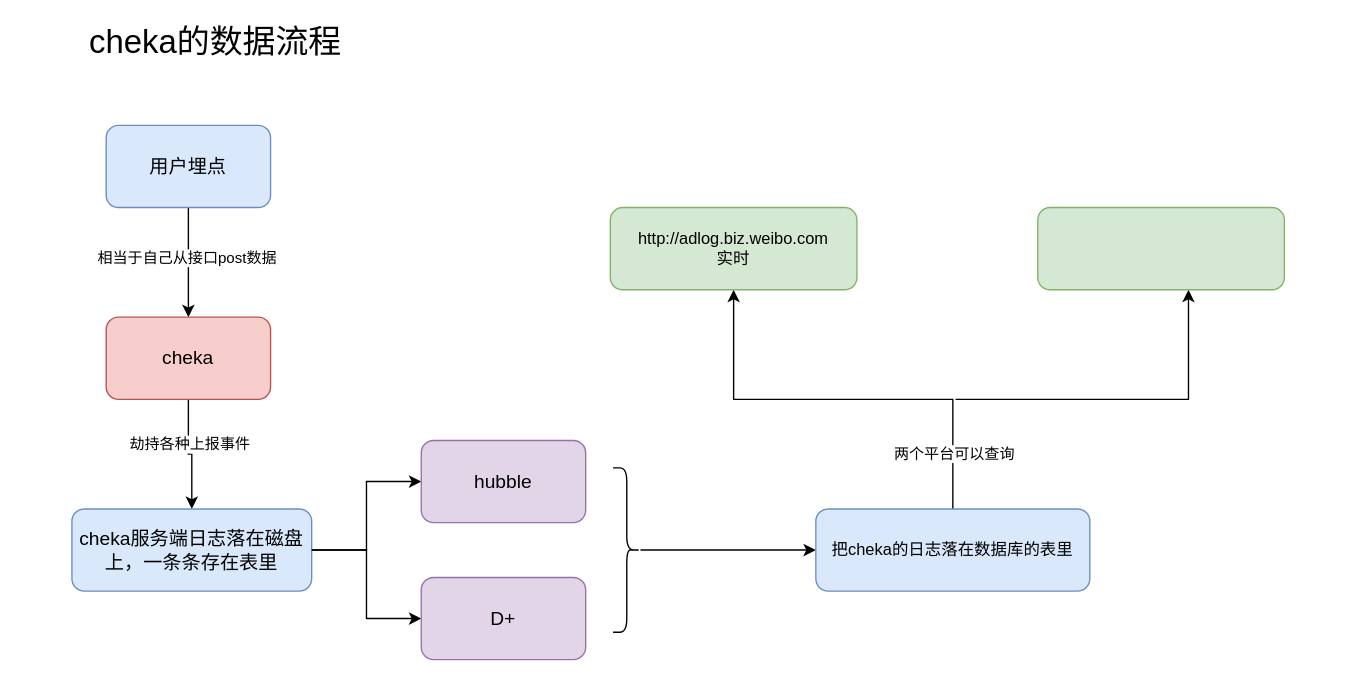
This is cheka.drawio from AnneLau/-algorithm_bubble, a draw.io file, before an edit. Source tidied: cells renumbered, new cells numbered last; positions are measured from the earlier drawing's top-left corner, leaving out a move shared by most shapes. Both pictures are drawn from the tidied source at 137%, with x=0, y=0 at pixel (23, 29).
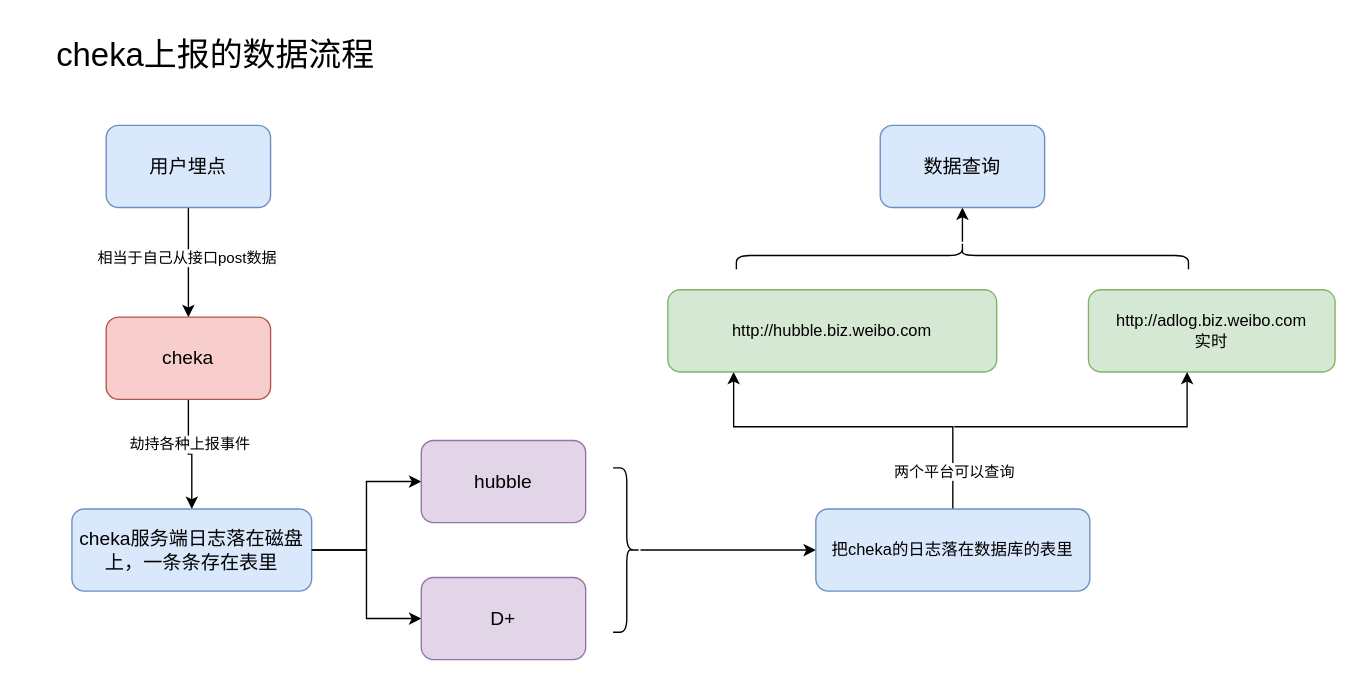
The same diagram, later.

Unchanged cells that the change refers to:
```xml
<mxCell id="18" value="把cheka的日志落在数据库的表里" style="whiteSpace=wrap;html=1;rounded=1;fillColor=#dae8fc;strokeColor=#6c8ebf;" parent="1" vertex="1">
  <mxGeometry x="578" y="350" width="200" height="60" as="geometry" />
</mxCell>
```

Change to the diagram source:
```diff
@@
-    <mxCell id="5" value="&lt;font style=&quot;font-size: 24px&quot;&gt;cheka的数据流程&lt;/font&gt;" style="text;html=1;strokeColor=none;fillColor=none;align=center;verticalAlign=middle;whiteSpace=wrap;rounded=0;" parent="1" vertex="1">
-      <mxGeometry width="280" height="20" as="geometry" />
+    <mxCell id="5" value="&lt;font style=&quot;font-size: 24px&quot;&gt;cheka上报的数据流程&lt;/font&gt;" style="text;html=1;strokeColor=none;fillColor=none;align=center;verticalAlign=middle;whiteSpace=wrap;rounded=0;" parent="1" vertex="1">
+      <mxGeometry y="9" width="280" height="20" as="geometry" />
     </mxCell>
@@
-    <mxCell id="16" style="edgeStyle=orthogonalEdgeStyle;rounded=0;jettySize=auto;html=1;" parent="1" edge="1" source="18" target="19">
-      <mxGeometry relative="1" as="geometry" />
+    <mxCell id="16" style="edgeStyle=orthogonalEdgeStyle;rounded=0;jettySize=auto;html=1;" parent="1" edge="1" source="18">
+      <mxGeometry relative="1" as="geometry">
+        <mxPoint x="518" y="250" as="targetPoint" />
+        <Array as="points">
+          <mxPoint x="678" y="290" />
+          <mxPoint x="518" y="290" />
+        </Array>
+      </mxGeometry>
     </mxCell>
@@
     <mxCell id="19" value="http://adlog.biz.weibo.com&lt;br&gt;实时" style="whiteSpace=wrap;html=1;rounded=1;strokeColor=#82b366;fillColor=#d5e8d4;" parent="1" vertex="1">
-      <mxGeometry x="428" y="130" width="180" height="60" as="geometry" />
+      <mxGeometry x="777" y="190" width="180" height="60" as="geometry" />
     </mxCell>
     <mxCell id="20" style="edgeStyle=orthogonalEdgeStyle;rounded=0;orthogonalLoop=1;jettySize=auto;html=1;" parent="1" edge="1">
       <mxGeometry relative="1" as="geometry">
-        <mxPoint x="680" y="270" as="sourcePoint" />
-        <mxPoint x="850" y="190" as="targetPoint" />
+        <mxPoint x="679" y="290" as="sourcePoint" />
+        <mxPoint x="849" y="250" as="targetPoint" />
         <Array as="points">
-          <mxPoint x="850" y="270" />
+          <mxPoint x="849" y="290" />
         </Array>
       </mxGeometry>
     </mxCell>
-    <mxCell id="21" style="whiteSpace=wrap;html=1;rounded=1;strokeColor=#82b366;fillColor=#d5e8d4;" parent="1" vertex="1">
-      <mxGeometry x="740" y="130" width="180" height="60" as="geometry" />
+    <mxCell id="21" value="http://hubble.biz.weibo.com" style="whiteSpace=wrap;html=1;rounded=1;strokeColor=#82b366;fillColor=#d5e8d4;" parent="1" vertex="1">
+      <mxGeometry x="470" y="190" width="240" height="60" as="geometry" />
     </mxCell>
+    <mxCell id="22" style="edgeStyle=orthogonalEdgeStyle;rounded=0;orthogonalLoop=1;jettySize=auto;html=1;exitX=0.5;exitY=1;exitDx=0;exitDy=0;" parent="1" edge="1">
+      <mxGeometry relative="1" as="geometry">
+        <mxPoint x="630" y="95" as="sourcePoint" />
+        <mxPoint x="630" y="95" as="targetPoint" />
+      </mxGeometry>
+    </mxCell>
+    <mxCell id="23" style="edgeStyle=orthogonalEdgeStyle;rounded=0;jettySize=auto;html=1;" parent="1" edge="1" source="24">
+      <mxGeometry relative="1" as="geometry">
+        <mxPoint x="685" y="130" as="targetPoint" />
+        <Array as="points">
+          <mxPoint x="685" y="140" />
+          <mxPoint x="685" y="140" />
+        </Array>
+      </mxGeometry>
+    </mxCell>
+    <mxCell id="24" style="shape=curlyBracket;whiteSpace=wrap;html=1;rounded=1;flipH=1;direction=south;" parent="1" vertex="1">
+      <mxGeometry x="520" y="155" width="330" height="20" as="geometry" />
+    </mxCell>
+    <mxCell id="25" value="&lt;font style=&quot;font-size: 14px&quot;&gt;数据查询&lt;/font&gt;" style="rounded=1;whiteSpace=wrap;html=1;fillColor=#dae8fc;strokeColor=#6c8ebf;" parent="1" vertex="1">
+      <mxGeometry x="625" y="70" width="120" height="60" as="geometry" />
+    </mxCell>
```
